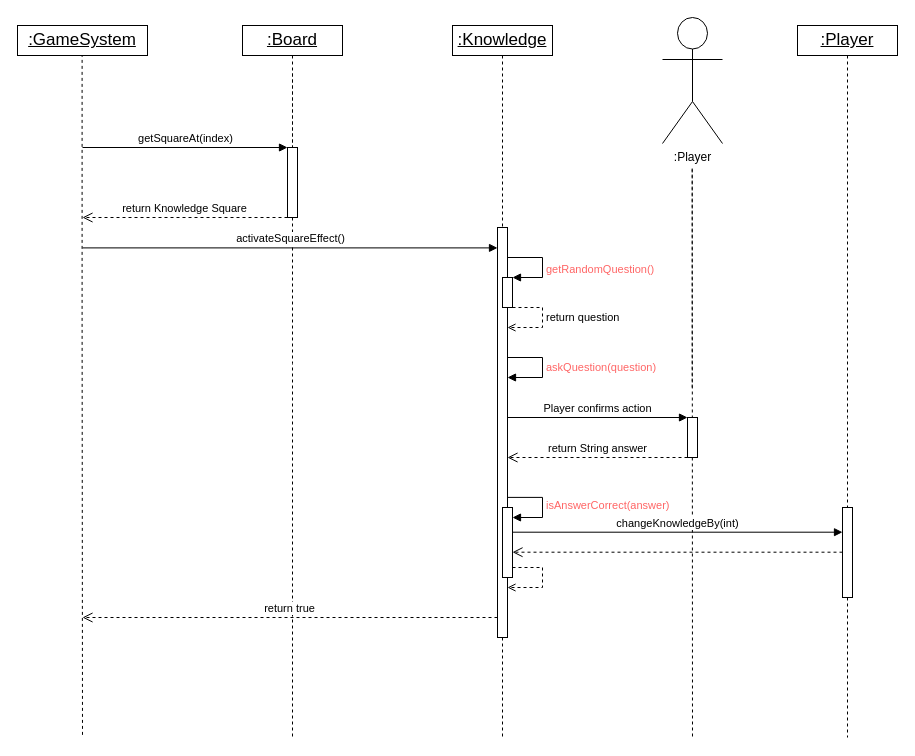
Earlier version of the draw.io diagram page "Encounter Knowledge" (4 of 4) of Deliverables/Semester 1/PDF Report/Diagrams/Sequence Diagrams/Curtis_s_Sequence_Diagram.drawio (Xelodico/engineers-without-borders). Source tidied: cells renumbered, new cells numbered last; positions are measured from the earlier drawing's top-left corner, leaving out a move shared by most shapes. Both pictures are drawn from the tidied source at 100%, with x=0, y=0 at pixel (17, 17).
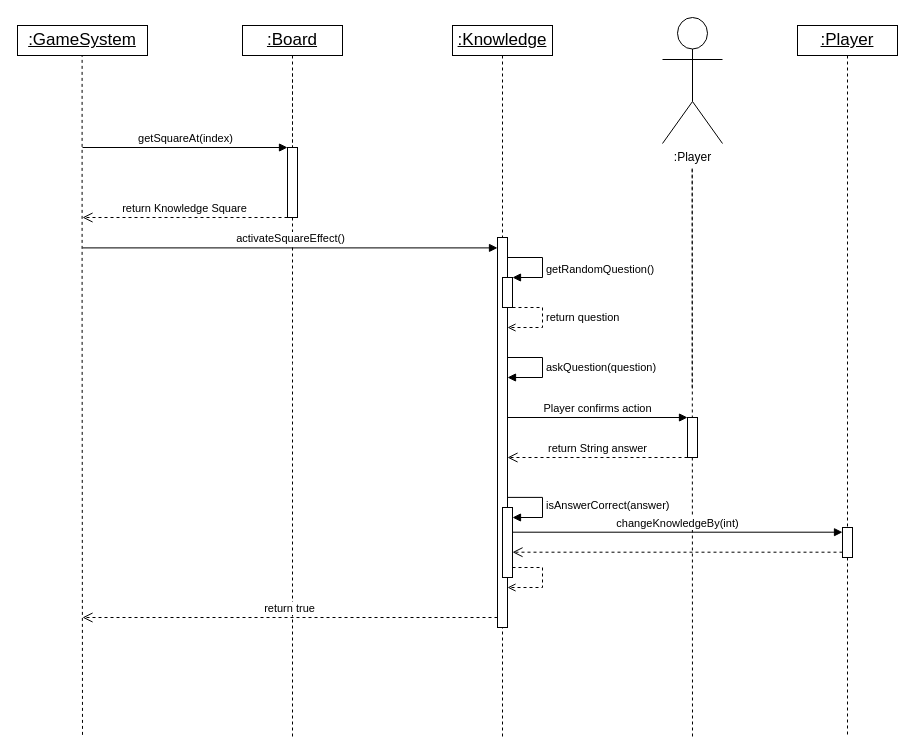
The same page after the edit.

Change to the diagram source:
```diff
@@
     <mxCell id="8" style="html=1;points=[[0,0,0,0,5],[0,1,0,0,-5],[1,0,0,0,5],[1,1,0,0,-5]];perimeter=orthogonalPerimeter;outlineConnect=0;targetShapes=umlLifeline;portConstraint=eastwest;newEdgeStyle={&quot;curved&quot;:0,&quot;rounded&quot;:0};" parent="1" vertex="1">
-      <mxGeometry x="480" y="210" width="10" height="410" as="geometry" />
+      <mxGeometry x="480" y="220" width="10" height="390" as="geometry" />
     </mxCell>
@@
-    <mxCell id="15" value="&lt;font color=&quot;#ff6666&quot;&gt;askQuestion(question)&lt;/font&gt;" style="html=1;align=left;spacingLeft=2;endArrow=block;rounded=0;edgeStyle=orthogonalEdgeStyle;curved=0;rounded=0;fontColor=#000000;" parent="1" edge="1" target="8">
+    <mxCell id="15" value="askQuestion(question)" style="html=1;align=left;spacingLeft=2;endArrow=block;rounded=0;edgeStyle=orthogonalEdgeStyle;curved=0;rounded=0;fontColor=#000000;" parent="1" edge="1" target="8">
       <mxGeometry relative="1" as="geometry">
         <mxPoint x="490" y="340" as="sourcePoint" />
         <Array as="points">
           <mxPoint x="525" y="340" />
           <mxPoint x="525" y="360" />
         </Array>
       </mxGeometry>
     </mxCell>
@@
-    <mxCell id="20" value="&lt;font color=&quot;#ff6666&quot;&gt;getRandomQuestion()&lt;/font&gt;" style="html=1;align=left;spacingLeft=2;endArrow=block;rounded=0;edgeStyle=orthogonalEdgeStyle;curved=0;rounded=0;fontColor=#000000;" parent="1" edge="1">
+    <mxCell id="20" value="getRandomQuestion()" style="html=1;align=left;spacingLeft=2;endArrow=block;rounded=0;edgeStyle=orthogonalEdgeStyle;curved=0;rounded=0;fontColor=#000000;" parent="1" edge="1">
       <mxGeometry x="0.2" relative="1" as="geometry">
         <mxPoint x="490" y="230" as="sourcePoint" />
         <mxPoint x="495" y="260" as="targetPoint" />
         <Array as="points">
           <mxPoint x="490" y="240" />
           <mxPoint x="525" y="240" />
           <mxPoint x="525" y="260" />
         </Array>
       </mxGeometry>
     </mxCell>
@@
     <mxCell id="27" style="html=1;points=[[0,0,0,0,5],[0,1,0,0,-5],[1,0,0,0,5],[1,1,0,0,-5]];perimeter=orthogonalPerimeter;outlineConnect=0;targetShapes=umlLifeline;portConstraint=eastwest;newEdgeStyle={&quot;curved&quot;:0,&quot;rounded&quot;:0};" parent="1" vertex="1">
-      <mxGeometry x="825" y="490" width="10" height="90" as="geometry" />
+      <mxGeometry x="825" y="510" width="10" height="30" as="geometry" />
     </mxCell>
-    <mxCell id="28" value="&lt;font color=&quot;#ff6666&quot;&gt;isAnswerCorrect(answer)&lt;/font&gt;" style="html=1;align=left;spacingLeft=2;endArrow=block;rounded=0;edgeStyle=orthogonalEdgeStyle;curved=0;rounded=0;fontColor=#000000;" parent="1" edge="1">
+    <mxCell id="28" value="isAnswerCorrect(answer)" style="html=1;align=left;spacingLeft=2;endArrow=block;rounded=0;edgeStyle=orthogonalEdgeStyle;curved=0;rounded=0;fontColor=#000000;" parent="1" edge="1">
       <mxGeometry relative="1" as="geometry">
         <mxPoint x="490" y="479.9" as="sourcePoint" />
         <mxPoint x="495" y="500" as="targetPoint" />
         <Array as="points">
           <mxPoint x="525" y="479.9" />
           <mxPoint x="525" y="499.9" />
         </Array>
       </mxGeometry>
     </mxCell>
```
